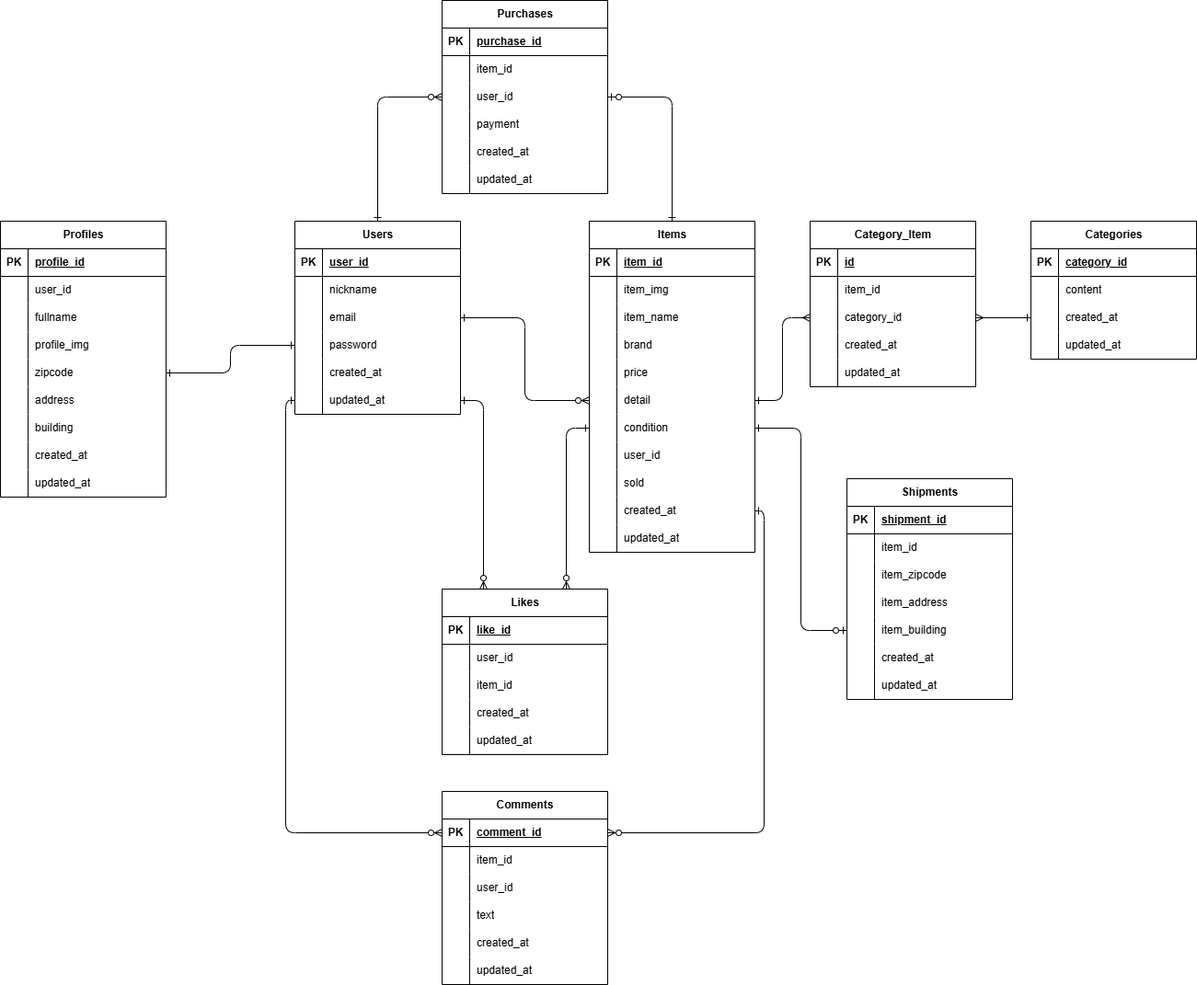
Above: ER.drawio.png in misaki-nonaka/mock-case-1 (draw.io), before the change. Source tidied: cells renumbered, new cells last; positions are measured from the earlier drawing's top-left corner, leaving out a move shared by most shapes.
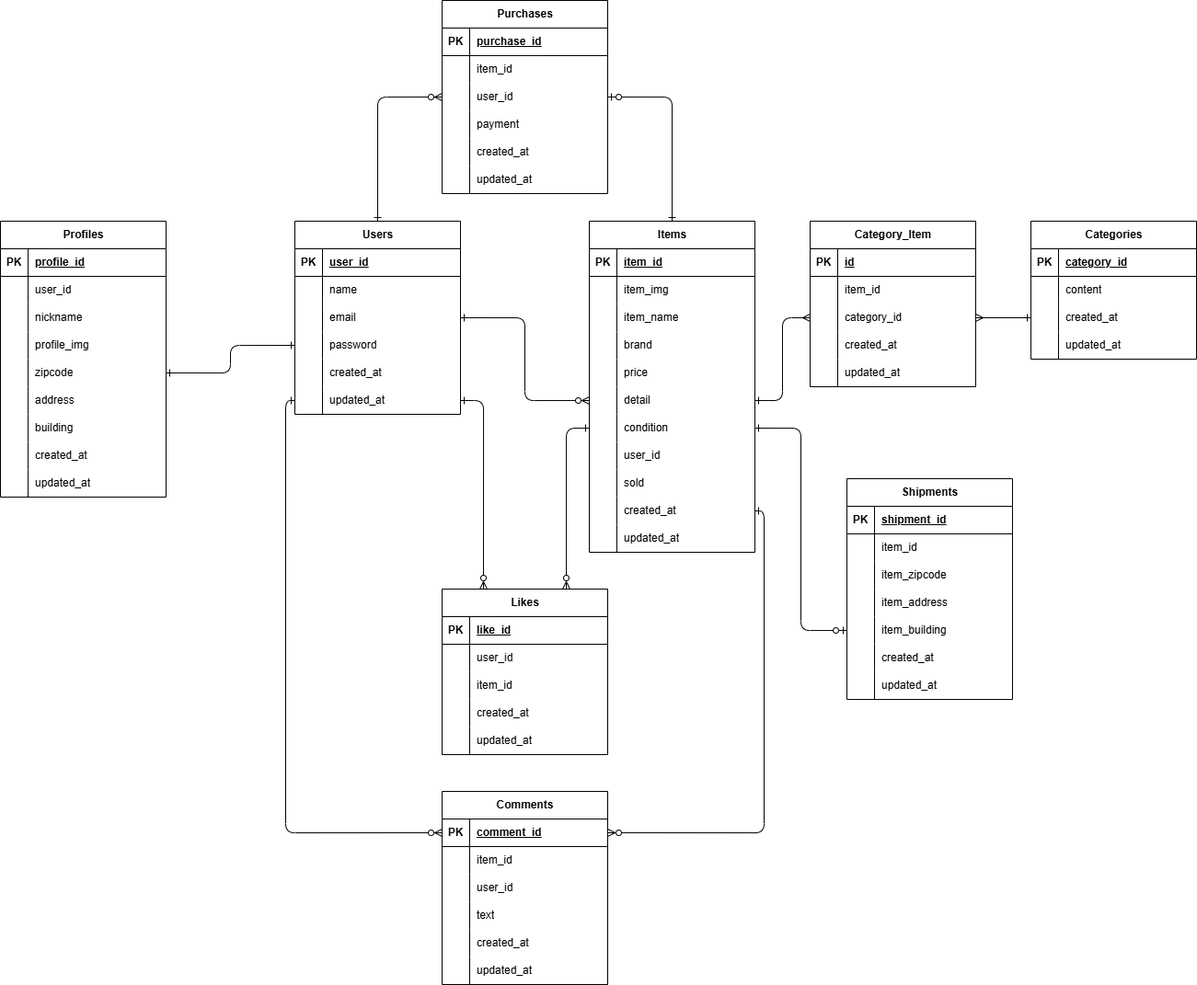
Later version of the same file.

Diff of the diagram source:
```diff
@@ -20,7 +20,7 @@
     <mxCell id="7" style="shape=partialRectangle;fillColor=none;top=0;left=0;bottom=0;right=0;overflow=hidden;whiteSpace=wrap;html=1;" parent="6" vertex="1">
       <mxGeometry width="30" height="30" as="geometry" />
     </mxCell>
-    <mxCell id="8" value="nickname" style="shape=partialRectangle;fillColor=none;top=0;left=0;bottom=0;right=0;align=left;spacingLeft=6;overflow=hidden;whiteSpace=wrap;html=1;" parent="6" vertex="1">
+    <mxCell id="8" value="name" style="shape=partialRectangle;fillColor=none;top=0;left=0;bottom=0;right=0;align=left;spacingLeft=6;overflow=hidden;whiteSpace=wrap;html=1;" parent="6" vertex="1">
       <mxGeometry x="30" width="150" height="30" as="geometry" />
     </mxCell>
     <mxCell id="9" style="shape=tableRow;horizontal=0;startSize=0;swimlaneHead=0;swimlaneBody=0;fillColor=none;points=[[0,0.5],[1,0.5]];portConstraint=eastwest;top=0;left=0;right=0;bottom=0;" parent="2" vertex="1">
@@ -524,7 +524,7 @@
     <mxCell id="175" style="shape=partialRectangle;fillColor=none;top=0;left=0;bottom=0;right=0;overflow=hidden;whiteSpace=wrap;html=1;" parent="174" vertex="1">
       <mxGeometry width="30" height="30" as="geometry" />
     </mxCell>
-    <mxCell id="176" value="fullname" style="shape=partialRectangle;fillColor=none;top=0;left=0;bottom=0;right=0;align=left;spacingLeft=6;overflow=hidden;whiteSpace=wrap;html=1;" parent="174" vertex="1">
+    <mxCell id="176" value="nickname" style="shape=partialRectangle;fillColor=none;top=0;left=0;bottom=0;right=0;align=left;spacingLeft=6;overflow=hidden;whiteSpace=wrap;html=1;" parent="174" vertex="1">
       <mxGeometry x="30" width="150" height="30" as="geometry" />
     </mxCell>
     <mxCell id="177" style="shape=tableRow;horizontal=0;startSize=0;swimlaneHead=0;swimlaneBody=0;fillColor=none;top=0;left=0;right=0;bottom=0;" parent="167" vertex="1">
```
